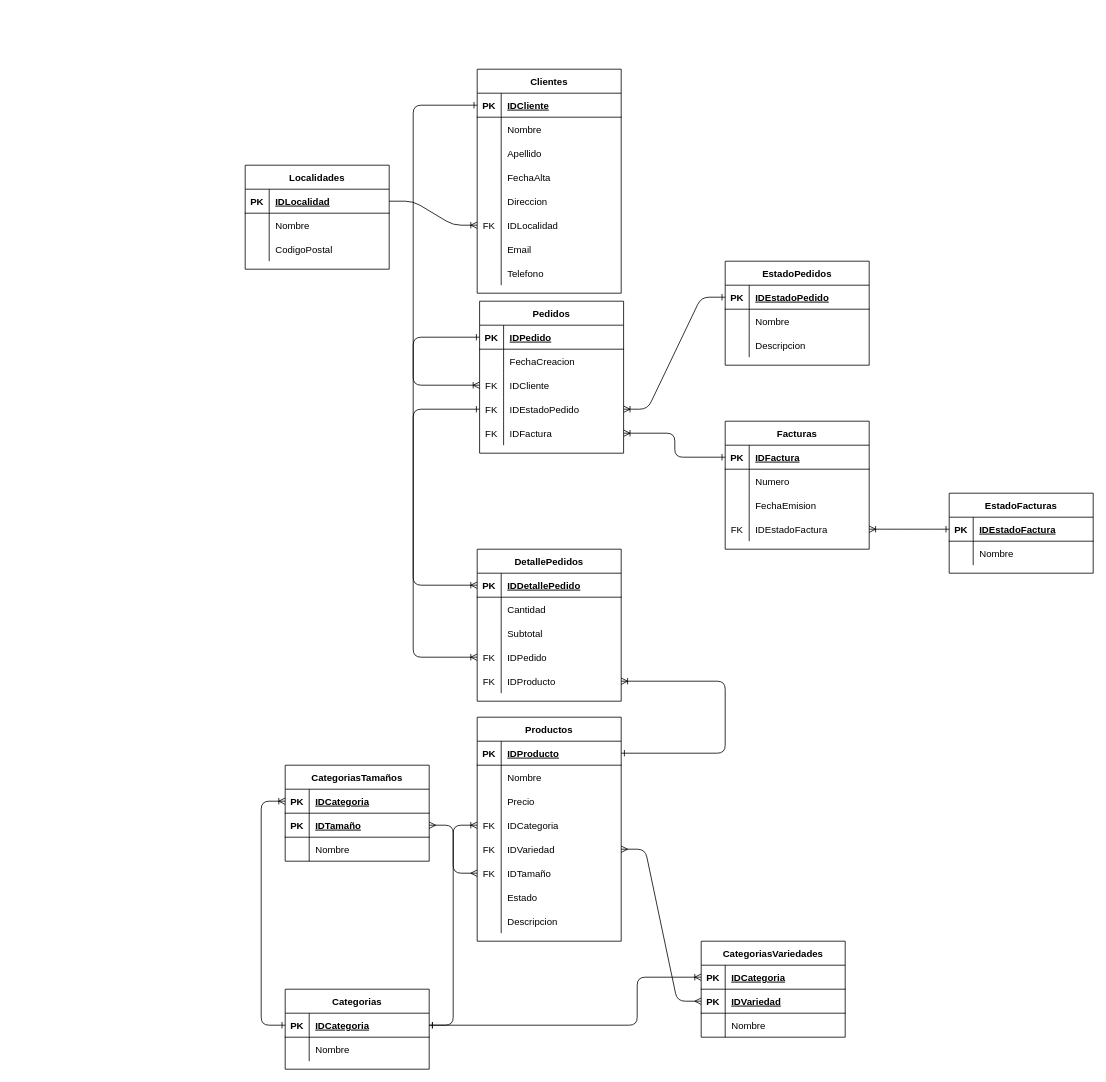
Earlier version of the draw.io diagram Delivery DER.drawio (RailGun15/laboratorio3-20202c). Source tidied: cells renumbered, new cells numbered last; positions are measured from the earlier drawing's top-left corner, leaving out a move shared by most shapes. Both pictures are drawn from the tidied source at 80%, with x=0, y=0 at pixel (245, 69).
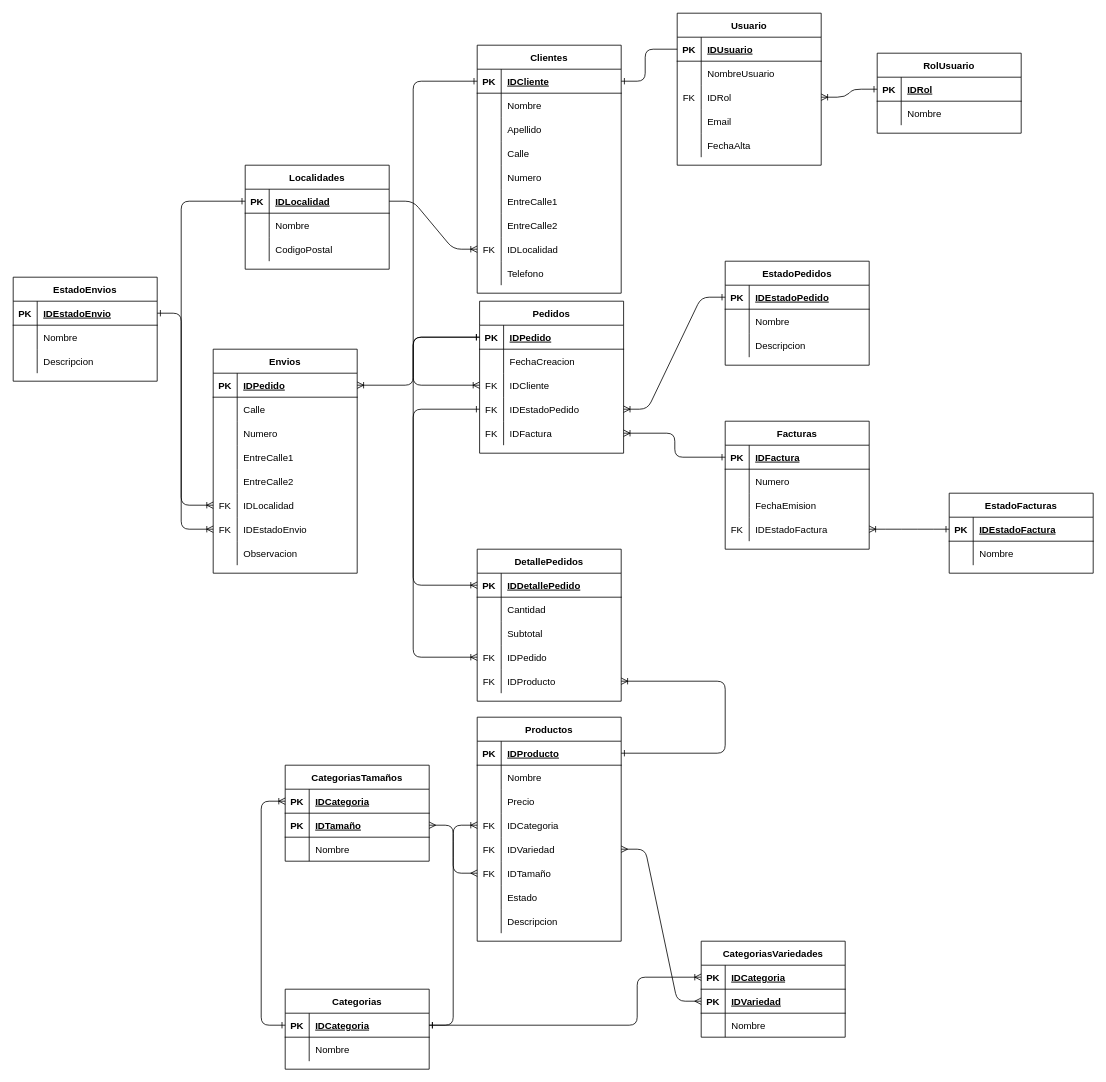
The same page after the edit.

Unchanged cells that the change refers to:
```xml
<mxCell id="19" style="shape=partialRectangle;fillColor=none;top=0;left=0;bottom=1;right=0;points=[[0,0.5],[1,0.5]];portConstraint=eastwest;" parent="18" vertex="1">
  <mxGeometry y="30" width="180" height="30" as="geometry" />
</mxCell>
<mxCell id="35" style="shape=partialRectangle;fillColor=none;top=0;left=0;bottom=1;right=0;points=[[0,0.5],[1,0.5]];portConstraint=eastwest;" parent="34" vertex="1">
  <mxGeometry y="30" width="180" height="30" as="geometry" />
</mxCell>
<mxCell id="85" style="shape=partialRectangle;fillColor=none;top=0;left=0;bottom=1;right=0;points=[[0,0.5],[1,0.5]];portConstraint=eastwest;" parent="84" vertex="1">
  <mxGeometry y="30" width="180" height="30" as="geometry" />
</mxCell>
```

The edit, as a diff of the source:
```diff
@@
     <mxCell id="34" value="Clientes" style="shape=table;startSize=30;childLayout=tableLayout;rowLines=0;fontStyle=1;align=center;" parent="1" vertex="1">
-      <mxGeometry x="290" width="180" height="280" as="geometry" />
+      <mxGeometry x="290" y="-30" width="180" height="310" as="geometry" />
     </mxCell>
@@
-    <mxCell id="44" style="shape=partialRectangle;fillColor=none;top=0;left=0;bottom=0;right=0;" parent="34" vertex="1">
-      <mxGeometry y="120" width="180" height="30" as="geometry" />
-    </mxCell>
-    <mxCell id="45" style="shape=partialRectangle;fillColor=none;top=0;left=0;bottom=0;right=0;overflow=hidden;" parent="44" vertex="1">
-      <mxGeometry width="30" height="30" as="geometry" />
-    </mxCell>
-    <mxCell id="46" value="FechaAlta" style="shape=partialRectangle;fillColor=none;top=0;left=0;bottom=0;right=0;align=left;spacingLeft=6;overflow=hidden;" parent="44" vertex="1">
-      <mxGeometry x="30" width="150" height="30" as="geometry" />
-    </mxCell>
-    <mxCell id="47" style="shape=partialRectangle;fillColor=none;top=0;left=0;bottom=0;right=0;" parent="34" vertex="1">
-      <mxGeometry y="150" width="180" height="30" as="geometry" />
-    </mxCell>
-    <mxCell id="48" style="shape=partialRectangle;fillColor=none;top=0;left=0;bottom=0;right=0;overflow=hidden;" parent="47" vertex="1">
-      <mxGeometry width="30" height="30" as="geometry" />
-    </mxCell>
-    <mxCell id="49" value="Direccion" style="shape=partialRectangle;fillColor=none;top=0;left=0;bottom=0;right=0;align=left;spacingLeft=6;overflow=hidden;" parent="47" vertex="1">
-      <mxGeometry x="30" width="150" height="30" as="geometry" />
-    </mxCell>
+    <mxCell id="164" style="shape=partialRectangle;fillColor=none;top=0;left=0;bottom=0;right=0;" parent="34" vertex="1">
+      <mxGeometry y="120" width="180" height="30" as="geometry" />
+    </mxCell>
+    <mxCell id="165" style="shape=partialRectangle;fillColor=none;top=0;left=0;bottom=0;right=0;overflow=hidden;" parent="164" vertex="1">
+      <mxGeometry width="30" height="30" as="geometry" />
+    </mxCell>
+    <mxCell id="166" value="Calle" style="shape=partialRectangle;fillColor=none;top=0;left=0;bottom=0;right=0;align=left;spacingLeft=6;overflow=hidden;" parent="164" vertex="1">
+      <mxGeometry x="30" width="150" height="30" as="geometry" />
+    </mxCell>
+    <mxCell id="167" style="shape=partialRectangle;fillColor=none;top=0;left=0;bottom=0;right=0;" parent="34" vertex="1">
+      <mxGeometry y="150" width="180" height="30" as="geometry" />
+    </mxCell>
+    <mxCell id="168" style="shape=partialRectangle;fillColor=none;top=0;left=0;bottom=0;right=0;overflow=hidden;" parent="167" vertex="1">
+      <mxGeometry width="30" height="30" as="geometry" />
+    </mxCell>
+    <mxCell id="169" value="Numero" style="shape=partialRectangle;fillColor=none;top=0;left=0;bottom=0;right=0;align=left;spacingLeft=6;overflow=hidden;" parent="167" vertex="1">
+      <mxGeometry x="30" width="150" height="30" as="geometry" />
+    </mxCell>
+    <mxCell id="170" style="shape=partialRectangle;fillColor=none;top=0;left=0;bottom=0;right=0;" parent="34" vertex="1">
+      <mxGeometry y="180" width="180" height="30" as="geometry" />
+    </mxCell>
+    <mxCell id="171" style="shape=partialRectangle;fillColor=none;top=0;left=0;bottom=0;right=0;overflow=hidden;" parent="170" vertex="1">
+      <mxGeometry width="30" height="30" as="geometry" />
+    </mxCell>
+    <mxCell id="172" value="EntreCalle1" style="shape=partialRectangle;fillColor=none;top=0;left=0;bottom=0;right=0;align=left;spacingLeft=6;overflow=hidden;" parent="170" vertex="1">
+      <mxGeometry x="30" width="150" height="30" as="geometry" />
+    </mxCell>
+    <mxCell id="173" style="shape=partialRectangle;fillColor=none;top=0;left=0;bottom=0;right=0;" parent="34" vertex="1">
+      <mxGeometry y="210" width="180" height="30" as="geometry" />
+    </mxCell>
+    <mxCell id="174" style="shape=partialRectangle;fillColor=none;top=0;left=0;bottom=0;right=0;overflow=hidden;" parent="173" vertex="1">
+      <mxGeometry width="30" height="30" as="geometry" />
+    </mxCell>
+    <mxCell id="175" value="EntreCalle2" style="shape=partialRectangle;fillColor=none;top=0;left=0;bottom=0;right=0;align=left;spacingLeft=6;overflow=hidden;" parent="173" vertex="1">
+      <mxGeometry x="30" width="150" height="30" as="geometry" />
+    </mxCell>
     <mxCell id="50" style="shape=partialRectangle;fillColor=none;top=0;left=0;bottom=0;right=0;points=[[0,0.5],[1,0.5]];portConstraint=eastwest;" parent="34" vertex="1">
-      <mxGeometry y="180" width="180" height="30" as="geometry" />
+      <mxGeometry y="240" width="180" height="30" as="geometry" />
     </mxCell>
@@
-    <mxCell id="53" style="shape=partialRectangle;fillColor=none;top=0;left=0;bottom=0;right=0;" parent="34" vertex="1">
-      <mxGeometry y="210" width="180" height="30" as="geometry" />
-    </mxCell>
-    <mxCell id="54" style="shape=partialRectangle;fillColor=none;top=0;left=0;bottom=0;right=0;overflow=hidden;" parent="53" vertex="1">
-      <mxGeometry width="30" height="30" as="geometry" />
-    </mxCell>
-    <mxCell id="55" value="Email" style="shape=partialRectangle;fillColor=none;top=0;left=0;bottom=0;right=0;align=left;spacingLeft=6;overflow=hidden;" parent="53" vertex="1">
-      <mxGeometry x="30" width="150" height="30" as="geometry" />
-    </mxCell>
     <mxCell id="56" style="shape=partialRectangle;fillColor=none;top=0;left=0;bottom=0;right=0;" parent="34" vertex="1">
-      <mxGeometry y="240" width="180" height="30" as="geometry" />
+      <mxGeometry y="270" width="180" height="30" as="geometry" />
     </mxCell>
@@
+    <mxCell id="176" value="Envios" style="shape=table;startSize=30;childLayout=tableLayout;rowLines=0;fontStyle=1;align=center;" parent="1" vertex="1">
+      <mxGeometry x="-40" y="350" width="180" height="280" as="geometry" />
+    </mxCell>
+    <mxCell id="177" style="shape=partialRectangle;fillColor=none;top=0;left=0;bottom=1;right=0;points=[[0,0.5],[1,0.5]];portConstraint=eastwest;" parent="176" vertex="1">
+      <mxGeometry y="30" width="180" height="30" as="geometry" />
+    </mxCell>
+    <mxCell id="178" value="PK" style="shape=partialRectangle;fillColor=none;top=0;left=0;bottom=0;right=0;fontStyle=1;overflow=hidden;" parent="177" vertex="1">
+      <mxGeometry width="30" height="30" as="geometry" />
+    </mxCell>
+    <mxCell id="179" value="IDPedido" style="shape=partialRectangle;fillColor=none;top=0;left=0;bottom=0;right=0;align=left;spacingLeft=6;fontStyle=5;overflow=hidden;" parent="177" vertex="1">
+      <mxGeometry x="30" width="150" height="30" as="geometry" />
+    </mxCell>
+    <mxCell id="180" style="shape=partialRectangle;fillColor=none;top=0;left=0;bottom=0;right=0;" parent="176" vertex="1">
+      <mxGeometry y="60" width="180" height="30" as="geometry" />
+    </mxCell>
+    <mxCell id="181" style="shape=partialRectangle;fillColor=none;top=0;left=0;bottom=0;right=0;overflow=hidden;" parent="180" vertex="1">
+      <mxGeometry width="30" height="30" as="geometry" />
+    </mxCell>
+    <mxCell id="182" value="Calle" style="shape=partialRectangle;fillColor=none;top=0;left=0;bottom=0;right=0;align=left;spacingLeft=6;overflow=hidden;" parent="180" vertex="1">
+      <mxGeometry x="30" width="150" height="30" as="geometry" />
+    </mxCell>
+    <mxCell id="183" style="shape=partialRectangle;fillColor=none;top=0;left=0;bottom=0;right=0;" parent="176" vertex="1">
+      <mxGeometry y="90" width="180" height="30" as="geometry" />
+    </mxCell>
+    <mxCell id="184" style="shape=partialRectangle;fillColor=none;top=0;left=0;bottom=0;right=0;overflow=hidden;" parent="183" vertex="1">
+      <mxGeometry width="30" height="30" as="geometry" />
+    </mxCell>
+    <mxCell id="185" value="Numero" style="shape=partialRectangle;fillColor=none;top=0;left=0;bottom=0;right=0;align=left;spacingLeft=6;overflow=hidden;" parent="183" vertex="1">
+      <mxGeometry x="30" width="150" height="30" as="geometry" />
+    </mxCell>
+    <mxCell id="186" style="shape=partialRectangle;fillColor=none;top=0;left=0;bottom=0;right=0;" parent="176" vertex="1">
+      <mxGeometry y="120" width="180" height="30" as="geometry" />
+    </mxCell>
+    <mxCell id="187" style="shape=partialRectangle;fillColor=none;top=0;left=0;bottom=0;right=0;overflow=hidden;" parent="186" vertex="1">
+      <mxGeometry width="30" height="30" as="geometry" />
+    </mxCell>
+    <mxCell id="188" value="EntreCalle1" style="shape=partialRectangle;fillColor=none;top=0;left=0;bottom=0;right=0;align=left;spacingLeft=6;overflow=hidden;" parent="186" vertex="1">
+      <mxGeometry x="30" width="150" height="30" as="geometry" />
+    </mxCell>
+    <mxCell id="189" style="shape=partialRectangle;fillColor=none;top=0;left=0;bottom=0;right=0;" parent="176" vertex="1">
+      <mxGeometry y="150" width="180" height="30" as="geometry" />
+    </mxCell>
+    <mxCell id="190" style="shape=partialRectangle;fillColor=none;top=0;left=0;bottom=0;right=0;overflow=hidden;" parent="189" vertex="1">
+      <mxGeometry width="30" height="30" as="geometry" />
+    </mxCell>
+    <mxCell id="191" value="EntreCalle2" style="shape=partialRectangle;fillColor=none;top=0;left=0;bottom=0;right=0;align=left;spacingLeft=6;overflow=hidden;" parent="189" vertex="1">
+      <mxGeometry x="30" width="150" height="30" as="geometry" />
+    </mxCell>
+    <mxCell id="192" style="shape=partialRectangle;fillColor=none;top=0;left=0;bottom=0;right=0;points=[[0,0.5],[1,0.5]];portConstraint=eastwest;" parent="176" vertex="1">
+      <mxGeometry y="180" width="180" height="30" as="geometry" />
+    </mxCell>
+    <mxCell id="193" value="FK" style="shape=partialRectangle;fillColor=none;top=0;left=0;bottom=0;right=0;overflow=hidden;" parent="192" vertex="1">
+      <mxGeometry width="30" height="30" as="geometry" />
+    </mxCell>
+    <mxCell id="194" value="IDLocalidad" style="shape=partialRectangle;fillColor=none;top=0;left=0;bottom=0;right=0;align=left;spacingLeft=6;overflow=hidden;" parent="192" vertex="1">
+      <mxGeometry x="30" width="150" height="30" as="geometry" />
+    </mxCell>
+    <mxCell id="195" style="shape=partialRectangle;fillColor=none;top=0;left=0;bottom=0;right=0;points=[[0,0.5],[1,0.5]];portConstraint=eastwest;" parent="176" vertex="1">
+      <mxGeometry y="210" width="180" height="30" as="geometry" />
+    </mxCell>
+    <mxCell id="196" value="FK" style="shape=partialRectangle;fillColor=none;top=0;left=0;bottom=0;right=0;overflow=hidden;" parent="195" vertex="1">
+      <mxGeometry width="30" height="30" as="geometry" />
+    </mxCell>
+    <mxCell id="197" value="IDEstadoEnvio" style="shape=partialRectangle;fillColor=none;top=0;left=0;bottom=0;right=0;align=left;spacingLeft=6;overflow=hidden;" parent="195" vertex="1">
+      <mxGeometry x="30" width="150" height="30" as="geometry" />
+    </mxCell>
+    <mxCell id="198" style="shape=partialRectangle;fillColor=none;top=0;left=0;bottom=0;right=0;" parent="176" vertex="1">
+      <mxGeometry y="240" width="180" height="30" as="geometry" />
+    </mxCell>
+    <mxCell id="199" style="shape=partialRectangle;fillColor=none;top=0;left=0;bottom=0;right=0;overflow=hidden;" parent="198" vertex="1">
+      <mxGeometry width="30" height="30" as="geometry" />
+    </mxCell>
+    <mxCell id="200" value="Observacion" style="shape=partialRectangle;fillColor=none;top=0;left=0;bottom=0;right=0;align=left;spacingLeft=6;overflow=hidden;" parent="198" vertex="1">
+      <mxGeometry x="30" width="150" height="30" as="geometry" />
+    </mxCell>
+    <mxCell id="201" style="edgeStyle=elbowEdgeStyle;fontSize=12;html=1;endArrow=ERone;entryX=0;entryY=0.5;entryDx=0;entryDy=0;startArrow=ERoneToMany;startFill=0;endFill=0;exitX=1;exitY=0.5;exitDx=0;exitDy=0;" parent="1" edge="1" source="177" target="19">
+      <mxGeometry relative="1" as="geometry">
+        <Array as="points">
+          <mxPoint x="210" y="390" />
+        </Array>
+      </mxGeometry>
+    </mxCell>
+    <mxCell id="202" value="EstadoEnvios" style="shape=table;startSize=30;childLayout=tableLayout;rowLines=0;fontStyle=1;align=center;" parent="1" vertex="1">
+      <mxGeometry x="-290" y="260" width="180" height="130" as="geometry" />
+    </mxCell>
+    <mxCell id="203" style="shape=partialRectangle;fillColor=none;top=0;left=0;bottom=1;right=0;points=[[0,0.5],[1,0.5]];portConstraint=eastwest;" parent="202" vertex="1">
+      <mxGeometry y="30" width="180" height="30" as="geometry" />
+    </mxCell>
+    <mxCell id="204" value="PK" style="shape=partialRectangle;fillColor=none;top=0;left=0;bottom=0;right=0;fontStyle=1;overflow=hidden;" parent="203" vertex="1">
+      <mxGeometry width="30" height="30" as="geometry" />
+    </mxCell>
+    <mxCell id="205" value="IDEstadoEnvio" style="shape=partialRectangle;fillColor=none;top=0;left=0;bottom=0;right=0;align=left;spacingLeft=6;fontStyle=5;overflow=hidden;" parent="203" vertex="1">
+      <mxGeometry x="30" width="150" height="30" as="geometry" />
+    </mxCell>
+    <mxCell id="206" style="shape=partialRectangle;fillColor=none;top=0;left=0;bottom=0;right=0;" parent="202" vertex="1">
+      <mxGeometry y="60" width="180" height="30" as="geometry" />
+    </mxCell>
+    <mxCell id="207" style="shape=partialRectangle;fillColor=none;top=0;left=0;bottom=0;right=0;overflow=hidden;" parent="206" vertex="1">
+      <mxGeometry width="30" height="30" as="geometry" />
+    </mxCell>
+    <mxCell id="208" value="Nombre" style="shape=partialRectangle;fillColor=none;top=0;left=0;bottom=0;right=0;align=left;spacingLeft=6;overflow=hidden;" parent="206" vertex="1">
+      <mxGeometry x="30" width="150" height="30" as="geometry" />
+    </mxCell>
+    <mxCell id="209" style="shape=partialRectangle;fillColor=none;top=0;left=0;bottom=0;right=0;" parent="202" vertex="1">
+      <mxGeometry y="90" width="180" height="30" as="geometry" />
+    </mxCell>
+    <mxCell id="210" style="shape=partialRectangle;fillColor=none;top=0;left=0;bottom=0;right=0;overflow=hidden;" parent="209" vertex="1">
+      <mxGeometry width="30" height="30" as="geometry" />
+    </mxCell>
+    <mxCell id="211" value="Descripcion" style="shape=partialRectangle;fillColor=none;top=0;left=0;bottom=0;right=0;align=left;spacingLeft=6;overflow=hidden;" parent="209" vertex="1">
+      <mxGeometry x="30" width="150" height="30" as="geometry" />
+    </mxCell>
+    <mxCell id="212" style="edgeStyle=elbowEdgeStyle;fontSize=12;html=1;endArrow=ERone;entryX=1;entryY=0.5;entryDx=0;entryDy=0;startArrow=ERoneToMany;startFill=0;endFill=0;exitX=0;exitY=0.5;exitDx=0;exitDy=0;" parent="1" edge="1" source="195" target="203">
+      <mxGeometry relative="1" as="geometry">
+        <Array as="points">
+          <mxPoint x="-80" y="430" />
+          <mxPoint x="-60" y="360" />
+        </Array>
+      </mxGeometry>
+    </mxCell>
+    <mxCell id="213" style="edgeStyle=elbowEdgeStyle;fontSize=12;html=1;endArrow=ERone;entryX=0;entryY=0.5;entryDx=0;entryDy=0;startArrow=ERoneToMany;startFill=0;endFill=0;exitX=0;exitY=0.5;exitDx=0;exitDy=0;" parent="1" edge="1" source="192" target="85">
+      <mxGeometry relative="1" as="geometry">
+        <Array as="points">
+          <mxPoint x="-80" y="290" />
+        </Array>
+      </mxGeometry>
+    </mxCell>
+    <mxCell id="214" value="Usuario" style="shape=table;startSize=30;childLayout=tableLayout;rowLines=0;fontStyle=1;align=center;" parent="1" vertex="1">
+      <mxGeometry x="540" y="-70" width="180" height="190" as="geometry" />
+    </mxCell>
+    <mxCell id="215" style="shape=partialRectangle;fillColor=none;top=0;left=0;bottom=1;right=0;points=[[0,0.5],[1,0.5]];portConstraint=eastwest;" parent="214" vertex="1">
+      <mxGeometry y="30" width="180" height="30" as="geometry" />
+    </mxCell>
+    <mxCell id="216" value="PK" style="shape=partialRectangle;fillColor=none;top=0;left=0;bottom=0;right=0;fontStyle=1;overflow=hidden;" parent="215" vertex="1">
+      <mxGeometry width="30" height="30" as="geometry" />
+    </mxCell>
+    <mxCell id="217" value="IDUsuario" style="shape=partialRectangle;fillColor=none;top=0;left=0;bottom=0;right=0;align=left;spacingLeft=6;fontStyle=5;overflow=hidden;" parent="215" vertex="1">
+      <mxGeometry x="30" width="150" height="30" as="geometry" />
+    </mxCell>
+    <mxCell id="218" style="shape=partialRectangle;fillColor=none;top=0;left=0;bottom=0;right=0;" parent="214" vertex="1">
+      <mxGeometry y="60" width="180" height="30" as="geometry" />
+    </mxCell>
+    <mxCell id="219" style="shape=partialRectangle;fillColor=none;top=0;left=0;bottom=0;right=0;overflow=hidden;" parent="218" vertex="1">
+      <mxGeometry width="30" height="30" as="geometry" />
+    </mxCell>
+    <mxCell id="220" value="NombreUsuario" style="shape=partialRectangle;fillColor=none;top=0;left=0;bottom=0;right=0;align=left;spacingLeft=6;overflow=hidden;" parent="218" vertex="1">
+      <mxGeometry x="30" width="150" height="30" as="geometry" />
+    </mxCell>
+    <mxCell id="221" style="shape=partialRectangle;fillColor=none;top=0;left=0;bottom=0;right=0;points=[[0,0.5],[1,0.5]];portConstraint=eastwest;" parent="214" vertex="1">
+      <mxGeometry y="90" width="180" height="30" as="geometry" />
+    </mxCell>
+    <mxCell id="222" value="FK" style="shape=partialRectangle;fillColor=none;top=0;left=0;bottom=0;right=0;overflow=hidden;" parent="221" vertex="1">
+      <mxGeometry width="30" height="30" as="geometry" />
+    </mxCell>
+    <mxCell id="223" value="IDRol" style="shape=partialRectangle;fillColor=none;top=0;left=0;bottom=0;right=0;align=left;spacingLeft=6;overflow=hidden;" parent="221" vertex="1">
+      <mxGeometry x="30" width="150" height="30" as="geometry" />
+    </mxCell>
+    <mxCell id="224" style="shape=partialRectangle;fillColor=none;top=0;left=0;bottom=0;right=0;" parent="214" vertex="1">
+      <mxGeometry y="120" width="180" height="30" as="geometry" />
+    </mxCell>
+    <mxCell id="225" style="shape=partialRectangle;fillColor=none;top=0;left=0;bottom=0;right=0;overflow=hidden;" parent="224" vertex="1">
+      <mxGeometry width="30" height="30" as="geometry" />
+    </mxCell>
+    <mxCell id="55" value="Email" style="shape=partialRectangle;fillColor=none;top=0;left=0;bottom=0;right=0;align=left;spacingLeft=6;overflow=hidden;" parent="224" vertex="1">
+      <mxGeometry x="30" width="150" height="30" as="geometry" />
+    </mxCell>
+    <mxCell id="226" style="shape=partialRectangle;fillColor=none;top=0;left=0;bottom=0;right=0;" parent="214" vertex="1">
+      <mxGeometry y="150" width="180" height="30" as="geometry" />
+    </mxCell>
+    <mxCell id="227" style="shape=partialRectangle;fillColor=none;top=0;left=0;bottom=0;right=0;overflow=hidden;" parent="226" vertex="1">
+      <mxGeometry width="30" height="30" as="geometry" />
+    </mxCell>
+    <mxCell id="46" value="FechaAlta" style="shape=partialRectangle;fillColor=none;top=0;left=0;bottom=0;right=0;align=left;spacingLeft=6;overflow=hidden;" parent="226" vertex="1">
+      <mxGeometry x="30" width="150" height="30" as="geometry" />
+    </mxCell>
+    <mxCell id="228" value="RolUsuario" style="shape=table;startSize=30;childLayout=tableLayout;rowLines=0;fontStyle=1;align=center;" parent="1" vertex="1">
+      <mxGeometry x="790" y="-20" width="180" height="100" as="geometry" />
+    </mxCell>
+    <mxCell id="229" style="shape=partialRectangle;fillColor=none;top=0;left=0;bottom=1;right=0;points=[[0,0.5],[1,0.5]];portConstraint=eastwest;" parent="228" vertex="1">
+      <mxGeometry y="30" width="180" height="30" as="geometry" />
+    </mxCell>
+    <mxCell id="230" value="PK" style="shape=partialRectangle;fillColor=none;top=0;left=0;bottom=0;right=0;fontStyle=1;overflow=hidden;" parent="229" vertex="1">
+      <mxGeometry width="30" height="30" as="geometry" />
+    </mxCell>
+    <mxCell id="231" value="IDRol" style="shape=partialRectangle;fillColor=none;top=0;left=0;bottom=0;right=0;align=left;spacingLeft=6;fontStyle=5;overflow=hidden;" parent="229" vertex="1">
+      <mxGeometry x="30" width="150" height="30" as="geometry" />
+    </mxCell>
+    <mxCell id="232" style="shape=partialRectangle;fillColor=none;top=0;left=0;bottom=0;right=0;" parent="228" vertex="1">
+      <mxGeometry y="60" width="180" height="30" as="geometry" />
+    </mxCell>
+    <mxCell id="233" style="shape=partialRectangle;fillColor=none;top=0;left=0;bottom=0;right=0;overflow=hidden;" parent="232" vertex="1">
+      <mxGeometry width="30" height="30" as="geometry" />
+    </mxCell>
+    <mxCell id="234" value="Nombre" style="shape=partialRectangle;fillColor=none;top=0;left=0;bottom=0;right=0;align=left;spacingLeft=6;overflow=hidden;" parent="232" vertex="1">
+      <mxGeometry x="30" width="150" height="30" as="geometry" />
+    </mxCell>
+    <mxCell id="235" style="edgeStyle=entityRelationEdgeStyle;fontSize=12;html=1;endArrow=ERone;exitX=1;exitY=0.5;exitDx=0;exitDy=0;entryX=0;entryY=0.5;entryDx=0;entryDy=0;startArrow=ERoneToMany;startFill=0;endFill=0;" parent="1" edge="1" source="221" target="229">
+      <mxGeometry relative="1" as="geometry" />
+    </mxCell>
+    <mxCell id="236" style="edgeStyle=elbowEdgeStyle;fontSize=12;html=1;endArrow=ERone;endFill=1;exitX=0;exitY=0.5;exitDx=0;exitDy=0;entryX=1;entryY=0.5;entryDx=0;entryDy=0;" parent="1" edge="1" source="215" target="35">
+      <mxGeometry relative="1" as="geometry">
+        <Array as="points">
+          <mxPoint x="500" />
+        </Array>
+      </mxGeometry>
+    </mxCell>
```
